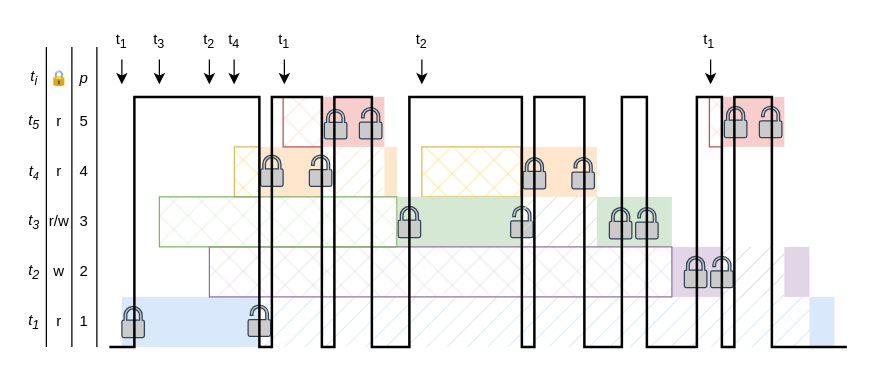
The draw.io diagram assets/system-mutex.drawio in perlindgren/rw-rtic, before the edit. Source tidied: cells renumbered, new cells numbered last; positions are measured from the earlier drawing's top-left corner, leaving out a move shared by most shapes. Both pictures are drawn from the tidied source at 125%, with x=0, y=0 at pixel (21, 21).
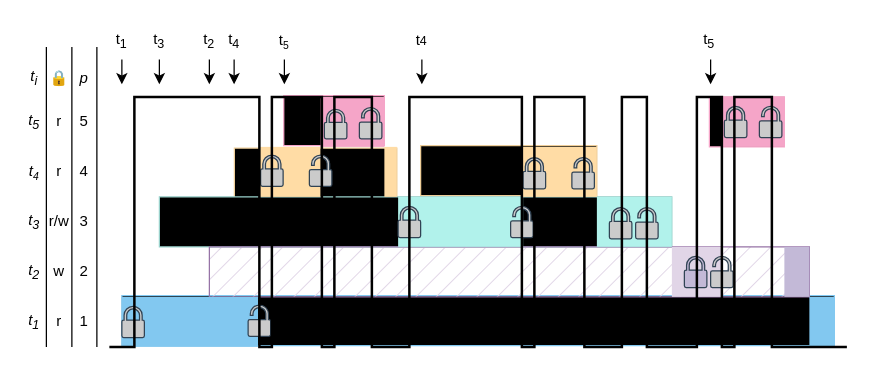
The same diagram, later.

Commit message (it also covers changes not shown here):
content: update diagrams

What changed in the source:
```diff
@@
+    <mxCell id="77" style="rounded=0;whiteSpace=wrap;html=1;fillColor=light-dark(#F5A5C8,#F5A5C8);strokeColor=#F5A5C8;fillStyle=hatch;" parent="1" vertex="1">
+      <mxGeometry x="550" y="60" width="60" height="40" as="geometry" />
+    </mxCell>
+    <mxCell id="78" style="rounded=0;whiteSpace=wrap;html=1;fillColor=light-dark(#F5A5C8,#F5A5C8);strokeColor=#F5A5C8;fillStyle=hatch;" parent="1" vertex="1">
+      <mxGeometry x="209.5" y="59" width="80.5" height="40" as="geometry" />
+    </mxCell>
+    <mxCell id="79" style="rounded=0;whiteSpace=wrap;html=1;fillColor=light-dark(#EDCD99,#EDCD99);strokeColor=#EDCD99;fillStyle=hatch;" parent="1" vertex="1">
+      <mxGeometry x="319" y="99" width="141" height="40" as="geometry" />
+    </mxCell>
+    <mxCell id="80" style="rounded=0;whiteSpace=wrap;html=1;fillColor=light-dark(#EDCD99,#EDCD99);strokeColor=#EDCD99;fillStyle=hatch;" parent="1" vertex="1">
+      <mxGeometry x="170" y="101" width="130" height="40" as="geometry" />
+    </mxCell>
+    <mxCell id="81" style="rounded=0;whiteSpace=wrap;html=1;fillColor=light-dark(#99D1CB,#99D1CB);strokeColor=#99D1CB;fillStyle=hatch;" parent="1" vertex="1">
+      <mxGeometry x="110" y="140" width="410" height="40" as="geometry" />
+    </mxCell>
+    <mxCell id="82" style="rounded=0;whiteSpace=wrap;html=1;fillColor=light-dark(#82C8F0,#82C8F0);strokeColor=#82C8F0;fillStyle=hatch;" parent="1" vertex="1">
+      <mxGeometry x="80" y="219" width="570" height="40" as="geometry" />
+    </mxCell>
+    <mxCell id="60" style="rounded=0;whiteSpace=wrap;html=1;fillColor=#e1d5e7;strokeColor=#9673a6;fillStyle=hatch;" parent="1" vertex="1">
+      <mxGeometry x="150" y="180" width="480" height="40" as="geometry" />
+    </mxCell>
-    <mxCell id="2" style="rounded=0;whiteSpace=wrap;html=1;fillColor=#e1d5e7;strokeColor=none;" parent="1" vertex="1">
+    <mxCell id="2" style="rounded=0;whiteSpace=wrap;html=1;fillColor=light-dark(#c3b9d7, #392f3f);strokeColor=none;" parent="1" vertex="1">
       <mxGeometry x="610" y="180" width="20" height="40" as="geometry" />
     </mxCell>
@@
-    <mxCell id="4" style="rounded=0;whiteSpace=wrap;html=1;fillColor=#ffe6cc;strokeColor=none;fillStyle=hatch;" parent="1" vertex="1">
-      <mxGeometry x="239" y="100" width="50" height="40" as="geometry" />
-    </mxCell>
-    <mxCell id="5" style="rounded=0;whiteSpace=wrap;html=1;fillColor=#e1d5e7;strokeColor=none;fillStyle=hatch;" parent="1" vertex="1">
-      <mxGeometry x="560" y="180" width="50" height="40" as="geometry" />
-    </mxCell>
-    <mxCell id="6" style="rounded=0;whiteSpace=wrap;html=1;fillColor=#dae8fc;strokeColor=none;fillStyle=hatch;" parent="1" vertex="1">
-      <mxGeometry x="189" y="220" width="441" height="40" as="geometry" />
-    </mxCell>
-    <mxCell id="7" style="rounded=0;whiteSpace=wrap;html=1;fillColor=#ffe6cc;strokeColor=none;" parent="1" vertex="1">
+    <mxCell id="7" style="rounded=0;whiteSpace=wrap;html=1;fillColor=light-dark(#FFDCA5,#FFDCA5);strokeColor=none;" parent="1" vertex="1">
       <mxGeometry x="400" y="100" width="60" height="40" as="geometry" />
     </mxCell>
-    <mxCell id="8" style="rounded=0;whiteSpace=wrap;html=1;fillColor=#dae8fc;strokeColor=none;" parent="1" vertex="1">
+    <mxCell id="8" style="rounded=0;whiteSpace=wrap;html=1;fillColor=light-dark(#82c8f0, #1d293b);strokeColor=none;" parent="1" vertex="1">
       <mxGeometry x="80" y="220" width="109" height="40" as="geometry" />
     </mxCell>
@@
-    <mxCell id="10" style="rounded=0;whiteSpace=wrap;html=1;fillColor=#dae8fc;strokeColor=none;" parent="1" vertex="1">
+    <mxCell id="10" style="rounded=0;whiteSpace=wrap;html=1;fillColor=light-dark(#82c8f0, #1d293b);strokeColor=none;" parent="1" vertex="1">
       <mxGeometry x="630" y="220" width="20" height="40" as="geometry" />
     </mxCell>
-    <mxCell id="11" style="rounded=0;whiteSpace=wrap;html=1;fillColor=#ffe6cc;strokeColor=none;" parent="1" vertex="1">
+    <mxCell id="11" style="rounded=0;whiteSpace=wrap;html=1;fillColor=light-dark(#FFDCA5,#FFDCA5);strokeColor=none;" parent="1" vertex="1">
       <mxGeometry x="190" y="100" width="49" height="40" as="geometry" />
     </mxCell>
-    <mxCell id="12" style="rounded=0;whiteSpace=wrap;html=1;fillColor=#FFD966;strokeColor=#DDBC58;fillStyle=cross-hatch;" parent="1" vertex="1">
-      <mxGeometry x="170" y="100" width="20" height="40" as="geometry" />
-    </mxCell>
-    <mxCell id="13" style="rounded=0;whiteSpace=wrap;html=1;fillColor=#FFD966;strokeColor=#DDBC58;fillStyle=cross-hatch;" parent="1" vertex="1">
-      <mxGeometry x="320" y="100" width="79" height="40" as="geometry" />
-    </mxCell>
-    <mxCell id="14" style="rounded=0;whiteSpace=wrap;html=1;fillColor=#f8cecc;strokeColor=none;" parent="1" vertex="1">
+    <mxCell id="14" style="rounded=0;whiteSpace=wrap;html=1;fillColor=light-dark(#f5a5c8, #512d2b);strokeColor=none;" parent="1" vertex="1">
       <mxGeometry x="239" y="60" width="51" height="40" as="geometry" />
     </mxCell>
-    <mxCell id="15" style="rounded=0;whiteSpace=wrap;html=1;fillColor=#f8cecc;strokeColor=#b85450;fillStyle=cross-hatch;" parent="1" vertex="1">
-      <mxGeometry x="209" y="60" width="31" height="40" as="geometry" />
-    </mxCell>
@@
-    <mxCell id="39" style="rounded=0;whiteSpace=wrap;html=1;fillColor=#d5e8d4;strokeColor=none;fillStyle=solid;" parent="1" vertex="1">
+    <mxCell id="39" style="rounded=0;whiteSpace=wrap;html=1;fillColor=light-dark(#b1f2eb, #1f2f1e);strokeColor=none;fillStyle=solid;" parent="1" vertex="1">
       <mxGeometry x="301" y="140" width="100" height="40" as="geometry" />
     </mxCell>
@@
-    <mxCell id="43" style="rounded=0;whiteSpace=wrap;html=1;fillColor=#d5e8d4;strokeColor=none;fillStyle=solid;" parent="1" vertex="1">
+    <mxCell id="43" style="rounded=0;whiteSpace=wrap;html=1;fillColor=light-dark(#b1f2eb, #1f2f1e);strokeColor=none;fillStyle=solid;" parent="1" vertex="1">
       <mxGeometry x="460" y="140" width="60" height="40" as="geometry" />
     </mxCell>
@@
-    <mxCell id="45" style="sketch=0;shadow=0;dashed=0;html=1;strokeColor=#314354;labelPosition=center;verticalLabelPosition=bottom;verticalAlign=top;align=center;shape=mxgraph.office.security.lock_protected;fillColor=#CBCBCB;fontColor=#ffffff;" parent="1" vertex="1">
+    <mxCell id="45" style="sketch=0;shadow=0;dashed=0;html=1;strokeColor=#314354;labelPosition=center;verticalLabelPosition=bottom;verticalAlign=top;align=center;shape=mxgraph.office.security.lock_protected;fillColor=light-dark(#c3b9d7, #392f3f);fontColor=#ffffff;" parent="1" vertex="1">
       <mxGeometry x="530" y="187.5" width="18" height="25" as="geometry" />
     </mxCell>
@@
-    <mxCell id="50" style="rounded=0;whiteSpace=wrap;html=1;fillColor=#f8cecc;strokeColor=#b85450;fillStyle=cross-hatch;" parent="1" vertex="1">
-      <mxGeometry x="550" y="60" width="10" height="40" as="geometry" />
-    </mxCell>
-    <mxCell id="51" style="rounded=0;whiteSpace=wrap;html=1;fillColor=#f8cecc;strokeColor=none;" parent="1" vertex="1">
+    <mxCell id="51" style="rounded=0;whiteSpace=wrap;html=1;fillColor=light-dark(#f5a5c8, #512d2b);strokeColor=none;" parent="1" vertex="1">
       <mxGeometry x="560" y="60" width="50" height="40" as="geometry" />
     </mxCell>
@@
-    <mxCell id="55" style="rounded=0;whiteSpace=wrap;html=1;fillColor=#ffe6cc;strokeColor=none;" parent="1" vertex="1">
+    <mxCell id="55" style="rounded=0;whiteSpace=wrap;html=1;fillColor=light-dark(#FFDCA5,#FFDCA5);strokeColor=none;" parent="1" vertex="1">
       <mxGeometry x="290" y="100" width="10" height="40" as="geometry" />
     </mxCell>
@@
-    <mxCell id="59" style="rounded=0;whiteSpace=wrap;html=1;fillColor=#d5e8d4;strokeColor=none;fillStyle=hatch;" parent="1" vertex="1">
-      <mxGeometry x="400" y="140" width="60" height="40" as="geometry" />
-    </mxCell>
-    <mxCell id="60" style="rounded=0;whiteSpace=wrap;html=1;fillColor=#e1d5e7;strokeColor=#9673a6;fillStyle=cross-hatch;" parent="1" vertex="1">
-      <mxGeometry x="150" y="180" width="370" height="40" as="geometry" />
-    </mxCell>
-    <mxCell id="61" style="rounded=0;whiteSpace=wrap;html=1;fillColor=#d5e8d4;strokeColor=#82b366;fillStyle=cross-hatch;" parent="1" vertex="1">
-      <mxGeometry x="110" y="140" width="190" height="40" as="geometry" />
-    </mxCell>
@@
-    <mxCell id="74" value="t&lt;sub&gt;1&lt;/sub&gt;" style="text;html=1;whiteSpace=wrap;strokeColor=none;fillColor=none;align=center;verticalAlign=middle;rounded=0;" parent="1" vertex="1">
+    <mxCell id="74" value="t&lt;span style=&quot;font-size: 10px;&quot;&gt;&lt;sub&gt;5&lt;/sub&gt;&lt;/span&gt;" style="text;html=1;whiteSpace=wrap;strokeColor=none;fillColor=none;align=center;verticalAlign=middle;rounded=0;" parent="1" vertex="1">
       <mxGeometry x="200" width="20" height="30" as="geometry" />
     </mxCell>
-    <mxCell id="75" value="t&lt;sub&gt;2&lt;/sub&gt;" style="text;html=1;whiteSpace=wrap;strokeColor=none;fillColor=none;align=center;verticalAlign=middle;rounded=0;" parent="1" vertex="1">
+    <mxCell id="75" value="t&lt;span style=&quot;font-size: 10px;&quot;&gt;4&lt;/span&gt;" style="text;html=1;whiteSpace=wrap;strokeColor=none;fillColor=none;align=center;verticalAlign=middle;rounded=0;" parent="1" vertex="1">
       <mxGeometry x="310" width="20" height="30" as="geometry" />
     </mxCell>
-    <mxCell id="76" value="t&lt;sub&gt;1&lt;/sub&gt;" style="text;html=1;whiteSpace=wrap;strokeColor=none;fillColor=none;align=center;verticalAlign=middle;rounded=0;" parent="1" vertex="1">
+    <mxCell id="76" value="t&lt;sub&gt;5&lt;/sub&gt;" style="text;html=1;whiteSpace=wrap;strokeColor=none;fillColor=none;align=center;verticalAlign=middle;rounded=0;" parent="1" vertex="1">
       <mxGeometry x="540" width="20" height="30" as="geometry" />
     </mxCell>
```
